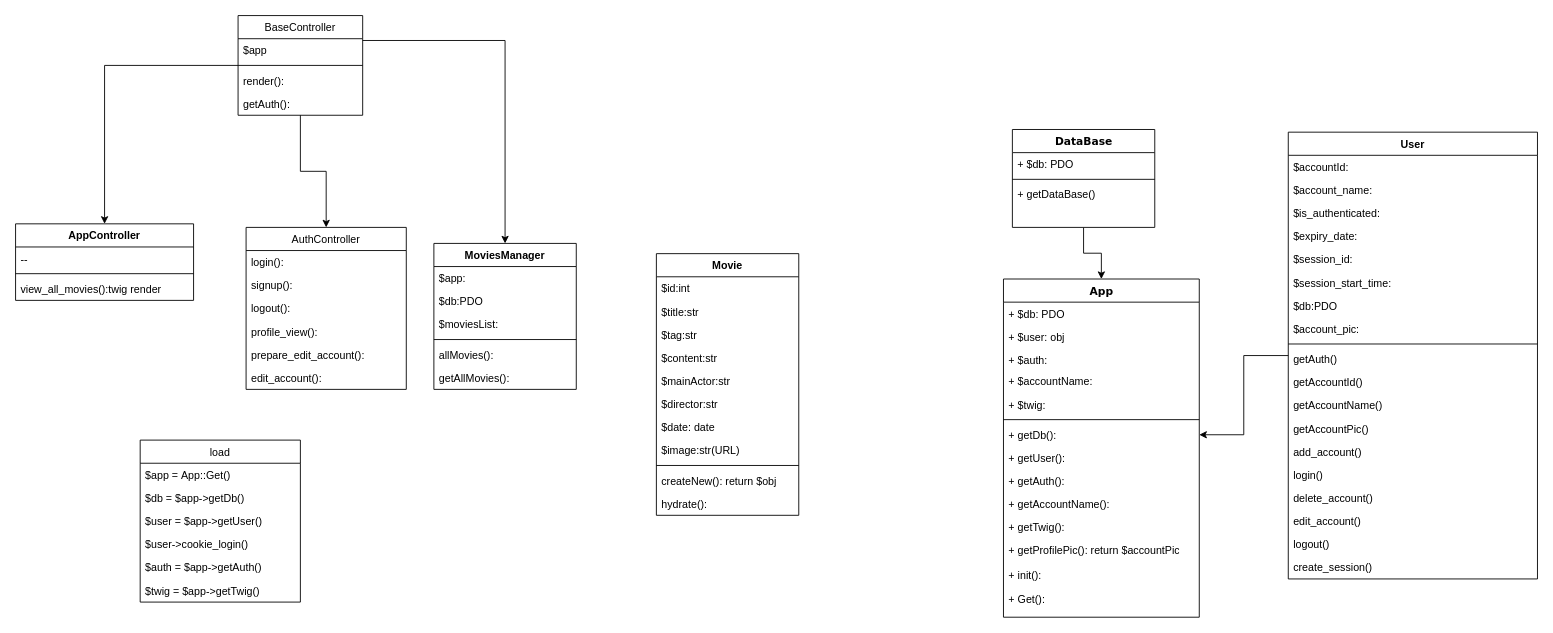
Earlier version of the draw.io diagram ressources/dossier-projet/Class Diagram.drawio (LionelENSFELDER/movies-manager). Source tidied: cells renumbered, new cells numbered last; positions are measured from the earlier drawing's top-left corner, leaving out a move shared by most shapes. Both pictures are drawn from the tidied source at 89%, with x=0, y=0 at pixel (15, 15).
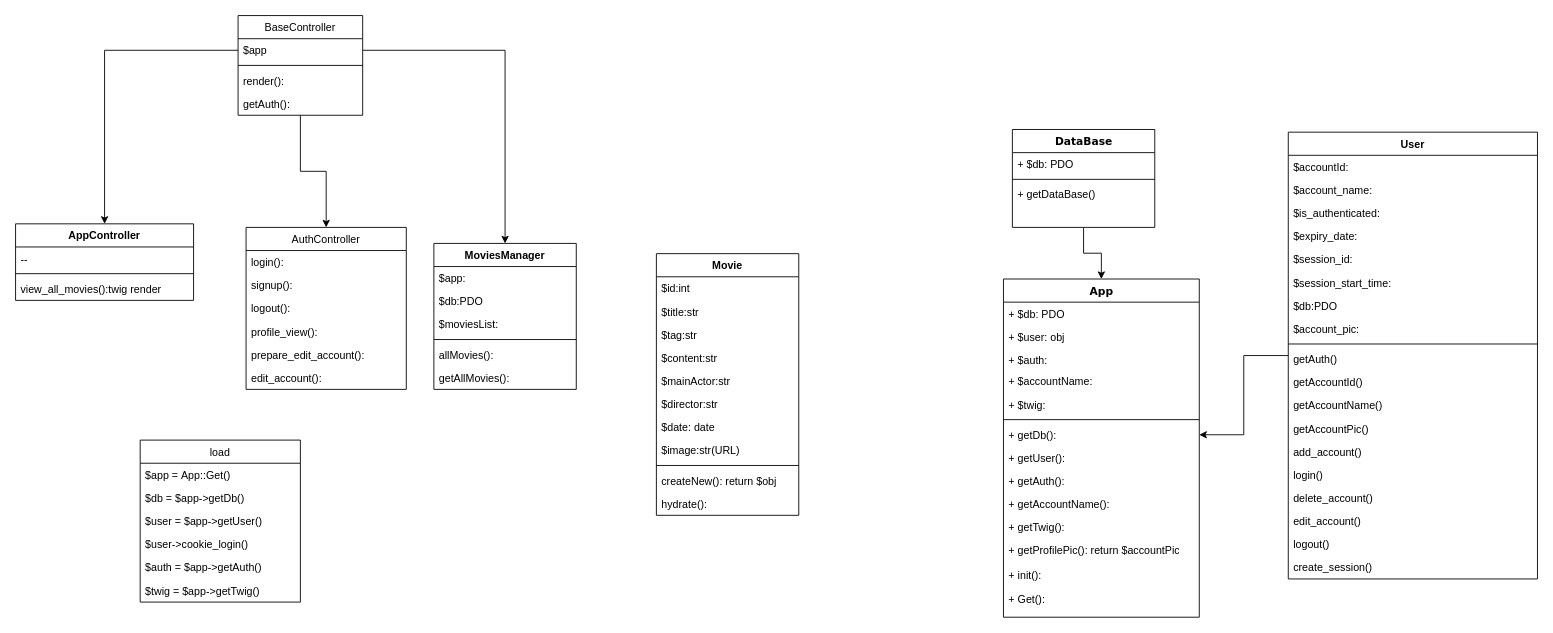
The same page after the edit.

Unchanged cells that the change refers to:
```xml
<mxCell id="34" value="MoviesManager" style="swimlane;fontStyle=1;align=center;verticalAlign=top;horizontal=1;startSize=26;" parent="1" vertex="1">
  <mxGeometry x="470" y="256" width="160" height="164" as="geometry" />
</mxCell>
<mxCell id="41" value="AppController" style="swimlane;fontStyle=1;align=center;verticalAlign=top;horizontal=1;startSize=26;" parent="1" vertex="1">
  <mxGeometry y="234" width="200" height="86" as="geometry" />
</mxCell>
<mxCell id="55" value="BaseController" style="swimlane;fontStyle=0;horizontal=1;startSize=26;fillColor=none;" parent="1" vertex="1">
  <mxGeometry x="250" width="140" height="112" as="geometry" />
</mxCell>
<mxCell id="56" value="$app" style="text;strokeColor=none;fillColor=none;align=left;verticalAlign=top;spacingLeft=4;spacingRight=4;overflow=hidden;points=[[0,0.5],[1,0.5]];portConstraint=eastwest;" parent="55" vertex="1">
  <mxGeometry y="26" width="140" height="26" as="geometry" />
</mxCell>
```

What changed in the source:
```diff
@@
-    <mxCell id="52" style="edgeStyle=orthogonalEdgeStyle;rounded=0;jettySize=auto;html=1;entryX=0.5;entryY=0;entryDx=0;entryDy=0;" parent="1" edge="1" source="55" target="41">
+    <mxCell id="52" style="edgeStyle=orthogonalEdgeStyle;rounded=0;jettySize=auto;html=1;entryX=0.5;entryY=0;entryDx=0;entryDy=0;exitX=0;exitY=0.5;exitDx=0;exitDy=0;" parent="1" edge="1" source="56" target="41">
       <mxGeometry relative="1" as="geometry" />
     </mxCell>
@@
-    <mxCell id="54" style="edgeStyle=orthogonalEdgeStyle;rounded=0;jettySize=auto;html=1;exitX=1;exitY=0.25;exitDx=0;exitDy=0;" parent="1" edge="1" source="55" target="34">
+    <mxCell id="54" style="edgeStyle=orthogonalEdgeStyle;rounded=0;jettySize=auto;html=1;exitX=1;exitY=0.5;exitDx=0;exitDy=0;" parent="1" edge="1" source="56" target="34">
       <mxGeometry relative="1" as="geometry" />
     </mxCell>
```
